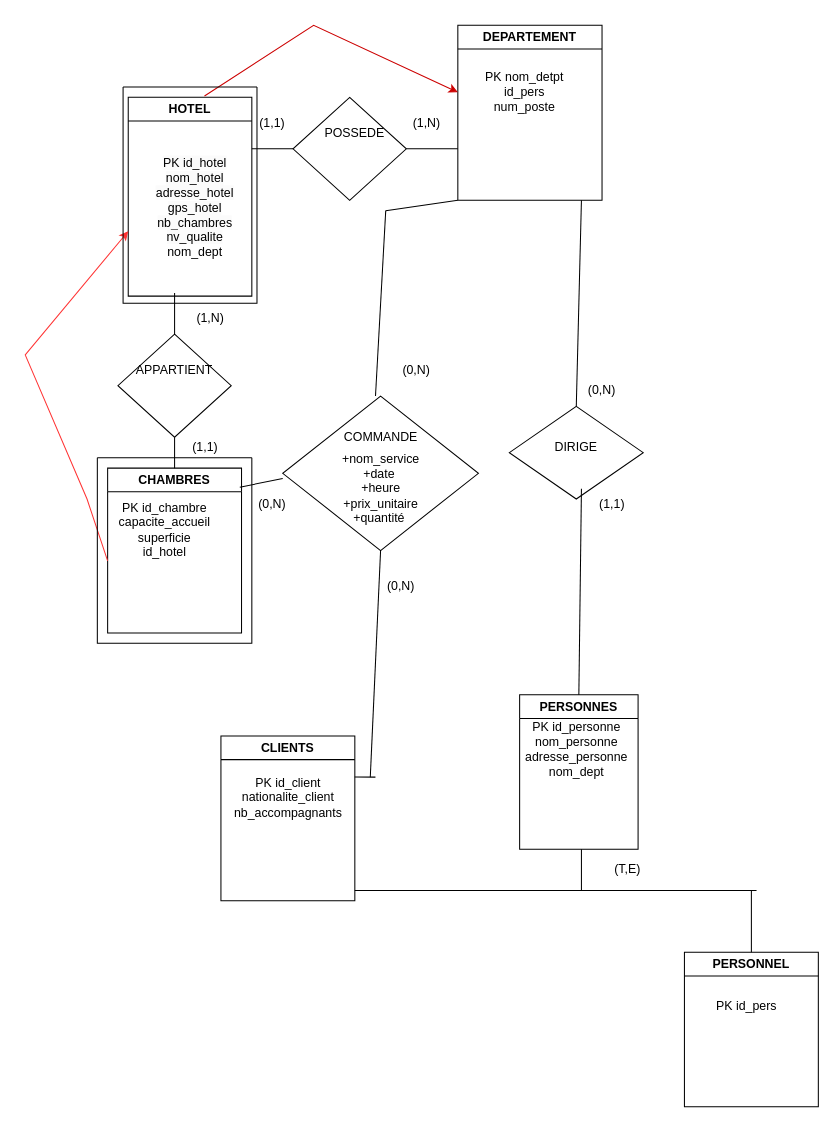
Earlier version of the draw.io diagram Diagramme sans nom.drawio (lenny-vergerolle/lennyverg). Source tidied: cells renumbered, new cells numbered last; positions are measured from the earlier drawing's top-left corner, leaving out a move shared by most shapes. Both pictures are drawn from the tidied source at 103%, with x=0, y=0 at pixel (25, 25).
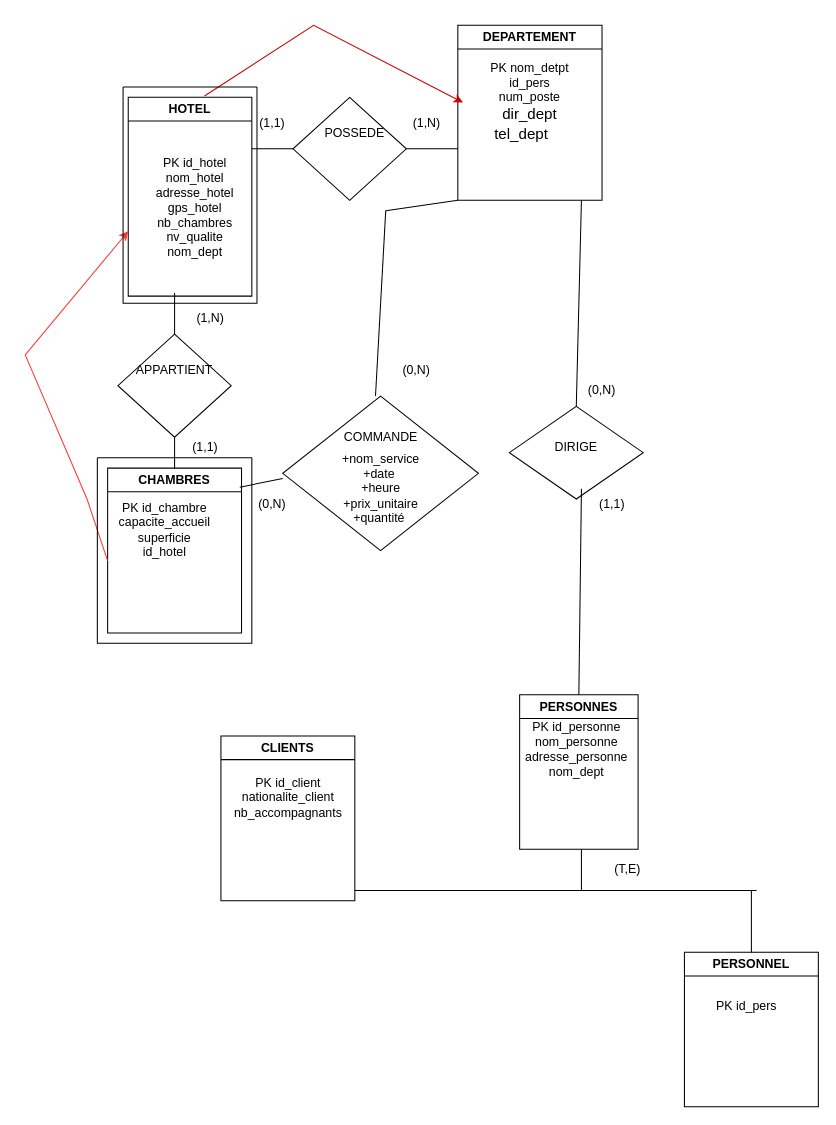
The same page after the edit.

The change refers to these unchanged cells:
```xml
<mxCell id="4" value="DEPARTEMENT" style="swimlane;whiteSpace=wrap;html=1;" parent="1" vertex="1">
  <mxGeometry x="420" width="140" height="170" as="geometry" />
</mxCell>
<mxCell id="7" value="PK id_client&lt;br&gt;nationalite_client&lt;br&gt;nb_accompagnants" style="text;html=1;align=center;verticalAlign=middle;points=[];strokeColor=none;fillColor=none;" parent="6" vertex="1">
  <mxGeometry y="30" width="130" height="60" as="geometry" />
</mxCell>
<mxCell id="23" style="rhombus;whiteSpace=wrap;html=1;" parent="1" vertex="1">
  <mxGeometry x="250" y="360" width="190" height="150" as="geometry" />
</mxCell>
```

Diff of the diagram source:
```diff
@@
-    <mxCell id="5" value="PK nom_detpt&lt;br&gt;id_pers&lt;br&gt;num_poste" style="text;html=1;strokeColor=none;fillColor=none;align=center;verticalAlign=middle;whiteSpace=wrap;rounded=0;" parent="4" vertex="1">
-      <mxGeometry y="40" width="130" height="50" as="geometry" />
+    <mxCell id="5" value="PK nom_detpt&lt;br&gt;id_pers&lt;br&gt;num_poste&lt;br&gt;&lt;span style=&quot;margin: 0px; padding: 0px; user-select: text; -webkit-user-drag: none; -webkit-tap-highlight-color: transparent; text-align: left; background-color: rgb(255, 255, 255); font-size: 11pt; line-height: 19.425px; font-family: Calibri, Calibri_EmbeddedFont, Calibri_MSFontService, sans-serif; font-variant-ligatures: none !important;&quot; class=&quot;TextRun SCXW159923290 BCX0&quot; lang=&quot;FR-FR&quot;&gt;&lt;/span&gt;&lt;span style=&quot;margin: 0px; padding: 0px; user-select: text; -webkit-user-drag: none; -webkit-tap-highlight-color: transparent; text-align: left; background-color: rgb(255, 255, 255); font-size: 11pt; line-height: 19.425px; font-family: Calibri, Calibri_EmbeddedFont, Calibri_MSFontService, sans-serif;&quot; class=&quot;EOP SCXW159923290 BCX0&quot;&gt;&lt;span style=&quot;margin: 0px; padding: 0px; user-select: text; -webkit-user-drag: none; -webkit-tap-highlight-color: transparent; font-size: 11pt; line-height: 19.425px; font-variant-ligatures: none !important;&quot; class=&quot;TextRun SCXW159923290 BCX0&quot; lang=&quot;FR-FR&quot;&gt;&lt;/span&gt;&lt;span style=&quot;margin: 0px; padding: 0px; user-select: text; -webkit-user-drag: none; -webkit-tap-highlight-color: transparent; font-size: 11pt; line-height: 19.425px;&quot; class=&quot;EOP SCXW159923290 BCX0&quot;&gt;&lt;span style=&quot;margin: 0px; padding: 0px; user-select: text; -webkit-user-drag: none; -webkit-tap-highlight-color: transparent; font-size: 11pt; line-height: 19.425px; font-variant-ligatures: none !important;&quot; class=&quot;TextRun SCXW87399350 BCX0&quot; lang=&quot;FR-FR&quot;&gt;&lt;/span&gt;&lt;span style=&quot;margin: 0px; padding: 0px; user-select: text; -webkit-user-drag: none; -webkit-tap-highlight-color: transparent; font-size: 11pt; line-height: 19.425px;&quot; class=&quot;EOP SCXW87399350 BCX0&quot;&gt;&lt;span style=&quot;margin: 0px; padding: 0px; user-select: text; -webkit-user-drag: none; -webkit-tap-highlight-color: transparent; font-size: 11pt; line-height: 19.425px; font-variant-ligatures: none !important;&quot; class=&quot;TextRun SCXW87399350 BCX0&quot; lang=&quot;FR-FR&quot;&gt;&lt;/span&gt;&lt;span style=&quot;margin: 0px; padding: 0px; user-select: text; -webkit-user-drag: none; -webkit-tap-highlight-color: transparent; font-size: 11pt; line-height: 19.425px;&quot; class=&quot;EOP SCXW87399350 BCX0&quot;&gt;dir_dept&lt;br&gt;tel_dept&amp;nbsp;&lt;/span&gt;&amp;nbsp;&lt;/span&gt;&amp;nbsp;&lt;/span&gt;&amp;nbsp;&lt;/span&gt;" style="text;html=1;strokeColor=none;fillColor=none;align=center;verticalAlign=middle;whiteSpace=wrap;rounded=0;" parent="4" vertex="1">
+      <mxGeometry x="5" y="50" width="130" height="50" as="geometry" />
     </mxCell>
@@
-    <mxCell id="32" style="endArrow=none;html=1;rounded=0;exitX=0.5;exitY=1;exitDx=0;exitDy=0;" parent="1" edge="1" source="23">
-      <mxGeometry relative="1" as="geometry">
-        <mxPoint x="335" y="730" as="targetPoint" />
-      </mxGeometry>
-    </mxCell>
-    <mxCell id="33" style="endArrow=none;html=1;rounded=0;entryX=0.999;entryY=0.165;entryDx=0;entryDy=0;entryPerimeter=0;" parent="1" edge="1" target="7">
-      <mxGeometry relative="1" as="geometry">
-        <mxPoint x="340" y="730" as="sourcePoint" />
-      </mxGeometry>
-    </mxCell>
@@
-    <mxCell id="46" value="(0,N)" style="text;html=1;strokeColor=none;fillColor=none;align=center;verticalAlign=middle;whiteSpace=wrap;rounded=0;" parent="1" vertex="1">
-      <mxGeometry x="335" y="530" width="60" height="30" as="geometry" />
-    </mxCell>
```
